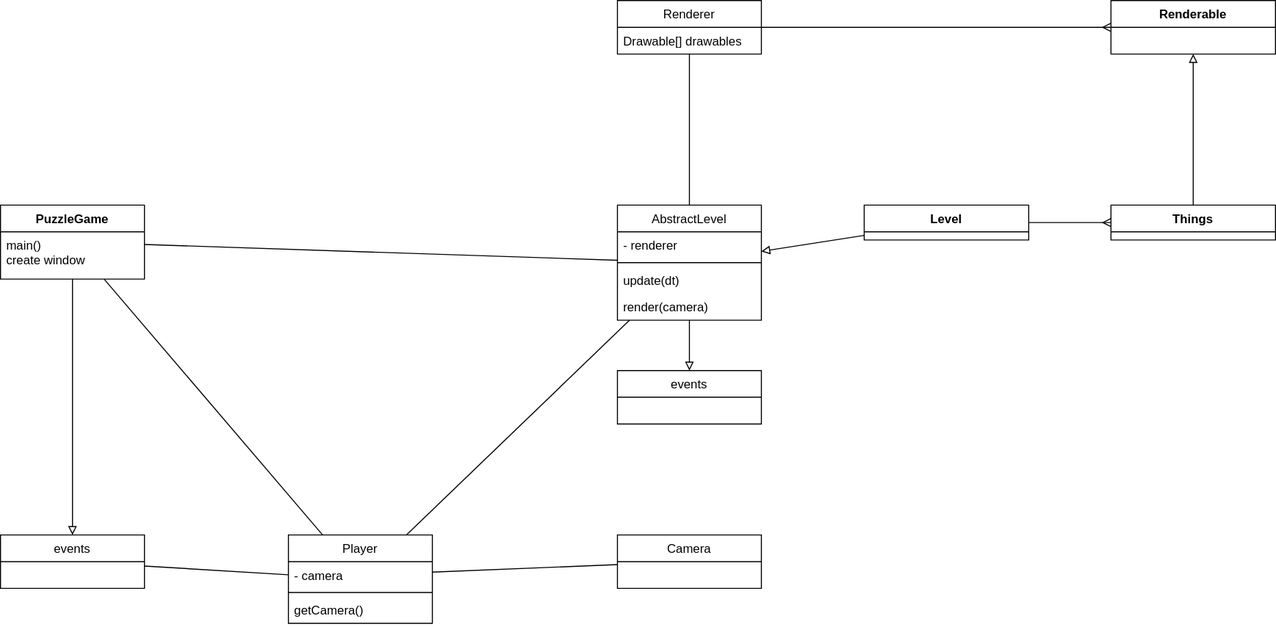
Above: doc/Program structure.drawio.svg in BenMens/ray-tracing-puzzle (draw.io), before the change. Source tidied: cells renumbered, new cells last; positions are measured from the earlier drawing's top-left corner, leaving out a move shared by most shapes.
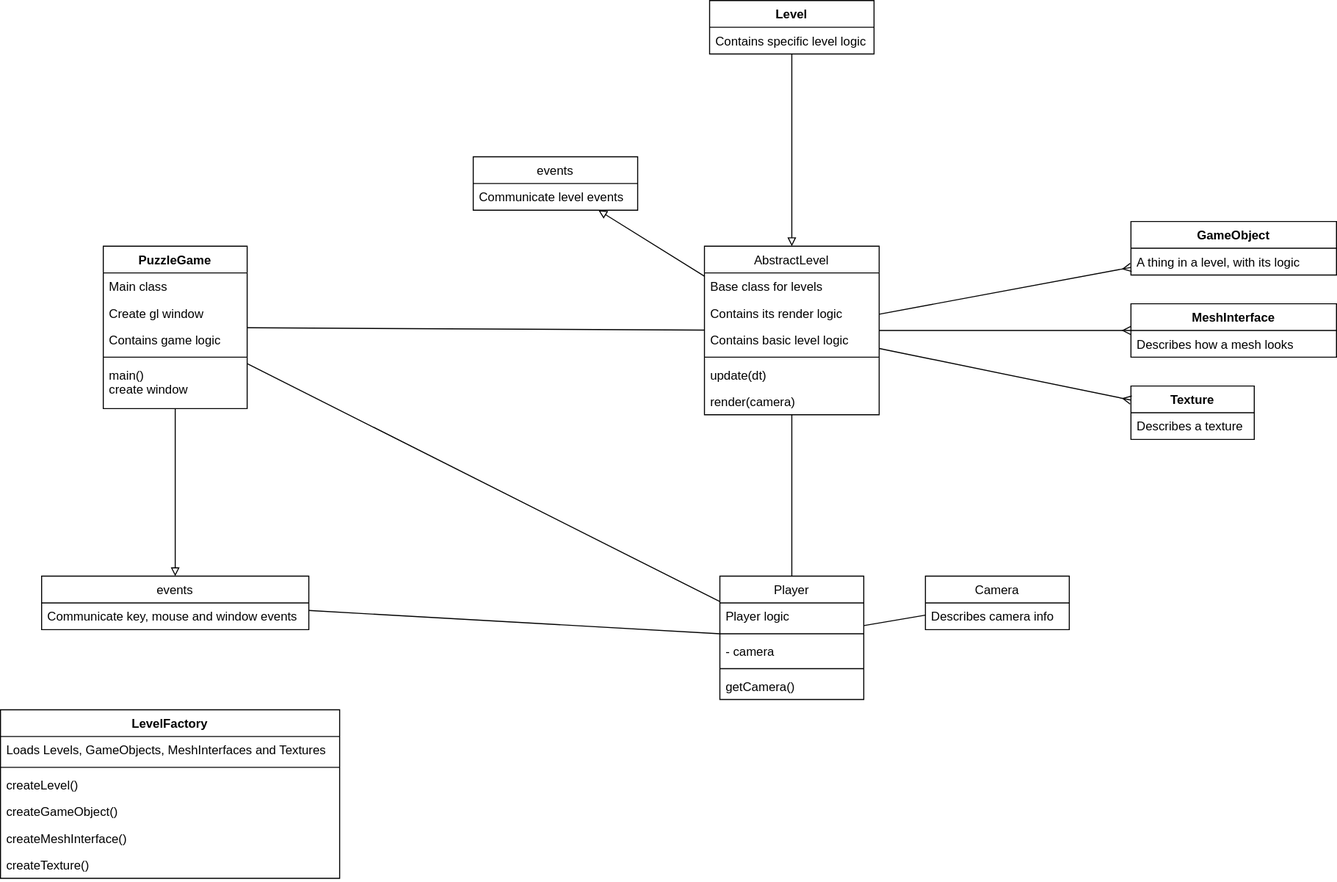
The same diagram one commit later.

Commit message:
Thought out the structure

Change to the diagram source:
```diff
@@ -2,98 +2,158 @@
   <root>
     <mxCell id="0" />
     <mxCell id="1" parent="0" />
-    <mxCell id="2" value="Renderer" style="swimlane;fontStyle=0;horizontal=1;startSize=26;fillColor=none;" parent="1" vertex="1">
-      <mxGeometry x="600" width="140" height="52" as="geometry" />
-    </mxCell>
-    <mxCell id="3" value="Drawable[] drawables" style="text;strokeColor=none;fillColor=none;align=left;verticalAlign=top;spacingLeft=4;spacingRight=4;overflow=hidden;" parent="2" vertex="1">
-      <mxGeometry y="26" width="140" height="26" as="geometry" />
-    </mxCell>
     <mxCell id="4" style="edgeStyle=none;html=1;endArrow=none;endFill=0;" parent="1" edge="1" source="7" target="17">
       <mxGeometry relative="1" as="geometry" />
     </mxCell>
-    <mxCell id="5" style="edgeStyle=none;html=1;endArrow=none;endFill=0;" parent="1" edge="1" source="7" target="25">
-      <mxGeometry relative="1" as="geometry" />
-    </mxCell>
     <mxCell id="6" style="edgeStyle=none;html=1;startArrow=block;startFill=0;endArrow=none;endFill=0;" parent="1" edge="1" source="32" target="7">
       <mxGeometry relative="1" as="geometry" />
     </mxCell>
     <mxCell id="7" value="PuzzleGame" style="swimlane;fontStyle=1;align=center;verticalAlign=top;horizontal=1;startSize=26;" parent="1" vertex="1">
-      <mxGeometry y="199" width="140" height="72" as="geometry" />
+      <mxGeometry y="199" width="140" height="158" as="geometry" />
     </mxCell>
+    <mxCell id="33" value="Main class" style="text;strokeColor=none;fillColor=none;align=left;verticalAlign=top;spacingLeft=4;spacingRight=4;overflow=hidden;" parent="7" vertex="1">
+      <mxGeometry y="26" width="140" height="26" as="geometry" />
+    </mxCell>
+    <mxCell id="34" value="Create gl window" style="text;strokeColor=none;fillColor=none;align=left;verticalAlign=top;spacingLeft=4;spacingRight=4;overflow=hidden;" parent="7" vertex="1">
+      <mxGeometry y="52" width="140" height="26" as="geometry" />
+    </mxCell>
+    <mxCell id="35" value="Contains game logic" style="text;strokeColor=none;fillColor=none;align=left;verticalAlign=top;spacingLeft=4;spacingRight=4;overflow=hidden;" parent="7" vertex="1">
+      <mxGeometry y="78" width="140" height="26" as="geometry" />
+    </mxCell>
+    <mxCell id="36" style="line;strokeWidth=1;fillColor=none;align=left;verticalAlign=middle;spacingTop=-1;spacingLeft=3;spacingRight=3;labelPosition=right;" parent="7" vertex="1">
+      <mxGeometry y="104" width="140" height="8" as="geometry" />
+    </mxCell>
     <mxCell id="8" value="main()&#10;    create window" style="text;strokeColor=none;fillColor=none;align=left;verticalAlign=top;spacingLeft=4;spacingRight=4;overflow=hidden;" parent="7" vertex="1">
-      <mxGeometry y="26" width="140" height="46" as="geometry" />
+      <mxGeometry y="112" width="140" height="46" as="geometry" />
     </mxCell>
-    <mxCell id="9" value="Renderable" style="swimlane;fontStyle=1;align=center;verticalAlign=top;horizontal=1;startSize=26;" parent="1" vertex="1">
-      <mxGeometry x="1080" width="160" height="52" as="geometry" />
-    </mxCell>
-    <mxCell id="10" style="edgeStyle=none;html=1;endArrow=ERmany;endFill=0;" parent="1" edge="1" source="2" target="9">
-      <mxGeometry relative="1" as="geometry" />
-    </mxCell>
     <mxCell id="11" value="Level" style="swimlane;fontStyle=1;align=center;verticalAlign=top;horizontal=1;startSize=26;" parent="1" vertex="1">
-      <mxGeometry x="840" y="199" width="160" height="34" as="geometry" />
+      <mxGeometry x="590" y="-40" width="160" height="52" as="geometry" />
     </mxCell>
-    <mxCell id="12" style="edgeStyle=none;html=1;endArrow=block;endFill=0;" parent="1" edge="1" source="13" target="9">
-      <mxGeometry relative="1" as="geometry" />
-    </mxCell>
+    <mxCell id="37" value="Contains specific level logic" style="text;strokeColor=none;fillColor=none;align=left;verticalAlign=top;spacingLeft=4;spacingRight=4;overflow=hidden;" parent="11" vertex="1">
+      <mxGeometry y="26" width="160" height="26" as="geometry" />
+    </mxCell>
-    <mxCell id="13" value="Things" style="swimlane;fontStyle=1;align=center;verticalAlign=top;horizontal=1;startSize=26;" parent="1" vertex="1">
-      <mxGeometry x="1080" y="199" width="160" height="34" as="geometry" />
+    <mxCell id="13" value="GameObject" style="swimlane;fontStyle=1;align=center;verticalAlign=top;horizontal=1;startSize=26;" parent="1" vertex="1">
+      <mxGeometry x="1000" y="175" width="200" height="52" as="geometry" />
     </mxCell>
+    <mxCell id="38" value="A thing in a level, with its logic" style="text;strokeColor=none;fillColor=none;align=left;verticalAlign=top;spacingLeft=4;spacingRight=4;overflow=hidden;" parent="13" vertex="1">
+      <mxGeometry y="26" width="200" height="26" as="geometry" />
+    </mxCell>
-    <mxCell id="14" style="edgeStyle=none;html=1;endArrow=ERmany;endFill=0;" parent="1" edge="1" source="11" target="13">
+    <mxCell id="14" style="edgeStyle=none;html=1;endArrow=ERmany;endFill=0;" parent="1" edge="1" source="25" target="13">
       <mxGeometry relative="1" as="geometry" />
     </mxCell>
-    <mxCell id="15" style="edgeStyle=none;html=1;endArrow=none;endFill=0;" parent="1" edge="1" source="18" target="21">
+    <mxCell id="15" style="edgeStyle=none;html=1;endArrow=none;endFill=0;" parent="1" edge="1" source="17" target="21">
       <mxGeometry relative="1" as="geometry" />
     </mxCell>
-    <mxCell id="16" style="edgeStyle=none;html=1;startArrow=none;startFill=0;endArrow=none;endFill=0;" parent="1" edge="1" source="17" target="25">
-      <mxGeometry relative="1" as="geometry" />
-    </mxCell>
     <mxCell id="17" value="Player" style="swimlane;fontStyle=0;horizontal=1;startSize=26;fillColor=none;" parent="1" vertex="1">
-      <mxGeometry x="280" y="520" width="140" height="86" as="geometry" />
+      <mxGeometry x="600" y="520" width="140" height="120" as="geometry" />
     </mxCell>
+    <mxCell id="39" value="Player logic" style="text;strokeColor=none;fillColor=none;align=left;verticalAlign=top;spacingLeft=4;spacingRight=4;overflow=hidden;" parent="17" vertex="1">
+      <mxGeometry y="26" width="140" height="26" as="geometry" />
+    </mxCell>
+    <mxCell id="27" style="line;strokeWidth=1;fillColor=none;align=left;verticalAlign=middle;spacingTop=-1;spacingLeft=3;spacingRight=3;labelPosition=right;" parent="17" vertex="1">
+      <mxGeometry y="52" width="140" height="8" as="geometry" />
+    </mxCell>
     <mxCell id="18" value="- camera" style="text;strokeColor=none;fillColor=none;align=left;verticalAlign=top;spacingLeft=4;spacingRight=4;overflow=hidden;points=[[0,0.5],[1,0.5]];portConstraint=eastwest;" parent="17" vertex="1">
-      <mxGeometry y="26" width="140" height="26" as="geometry" />
+      <mxGeometry y="60" width="140" height="26" as="geometry" />
     </mxCell>
     <mxCell id="19" style="line;strokeWidth=1;fillColor=none;align=left;verticalAlign=middle;spacingTop=-1;spacingLeft=3;spacingRight=3;labelPosition=right;" parent="17" vertex="1">
-      <mxGeometry y="52" width="140" height="8" as="geometry" />
+      <mxGeometry y="86" width="140" height="8" as="geometry" />
     </mxCell>
     <mxCell id="20" value="getCamera()" style="text;strokeColor=none;fillColor=none;align=left;verticalAlign=top;spacingLeft=4;spacingRight=4;overflow=hidden;" parent="17" vertex="1">
-      <mxGeometry y="60" width="140" height="26" as="geometry" />
+      <mxGeometry y="94" width="140" height="26" as="geometry" />
     </mxCell>
     <mxCell id="21" value="Camera" style="swimlane;fontStyle=0;horizontal=1;startSize=26;fillColor=none;" parent="1" vertex="1">
-      <mxGeometry x="600" y="520" width="140" height="52" as="geometry" />
+      <mxGeometry x="800" y="520" width="140" height="52" as="geometry" />
     </mxCell>
+    <mxCell id="40" value="Describes camera info" style="text;strokeColor=none;fillColor=none;align=left;verticalAlign=top;spacingLeft=4;spacingRight=4;overflow=hidden;" parent="21" vertex="1">
+      <mxGeometry y="26" width="140" height="26" as="geometry" />
+    </mxCell>
     <mxCell id="22" style="edgeStyle=none;html=1;endArrow=none;endFill=0;startArrow=block;startFill=0;" parent="1" edge="1" source="25" target="11">
       <mxGeometry relative="1" as="geometry" />
     </mxCell>
-    <mxCell id="23" style="edgeStyle=none;html=1;endArrow=none;endFill=0;" parent="1" edge="1" source="25" target="2">
-      <mxGeometry relative="1" as="geometry" />
-    </mxCell>
     <mxCell id="24" style="edgeStyle=none;html=1;endArrow=block;endFill=0;startArrow=none;startFill=0;" parent="1" edge="1" source="25" target="30">
       <mxGeometry relative="1" as="geometry" />
     </mxCell>
     <mxCell id="25" value="AbstractLevel" style="swimlane;fontStyle=0;horizontal=1;startSize=26;fillColor=none;" parent="1" vertex="1">
-      <mxGeometry x="600" y="199" width="140" height="112" as="geometry" />
+      <mxGeometry x="585" y="199" width="170" height="164" as="geometry" />
     </mxCell>
-    <mxCell id="26" value="- renderer" style="text;strokeColor=none;fillColor=none;align=left;verticalAlign=top;spacingLeft=4;spacingRight=4;overflow=hidden;" parent="25" vertex="1">
-      <mxGeometry y="26" width="140" height="26" as="geometry" />
-    </mxCell>
-    <mxCell id="27" style="line;strokeWidth=1;fillColor=none;align=left;verticalAlign=middle;spacingTop=-1;spacingLeft=3;spacingRight=3;labelPosition=right;" parent="25" vertex="1">
-      <mxGeometry y="52" width="140" height="8" as="geometry" />
-    </mxCell>
+    <mxCell id="41" value="Base class for levels" style="text;strokeColor=none;fillColor=none;align=left;verticalAlign=top;spacingLeft=4;spacingRight=4;overflow=hidden;" parent="25" vertex="1">
+      <mxGeometry y="26" width="170" height="26" as="geometry" />
+    </mxCell>
+    <mxCell id="42" value="Contains its render logic" style="text;strokeColor=none;fillColor=none;align=left;verticalAlign=top;spacingLeft=4;spacingRight=4;overflow=hidden;" parent="25" vertex="1">
+      <mxGeometry y="52" width="170" height="26" as="geometry" />
+    </mxCell>
+    <mxCell id="43" value="Contains basic level logic" style="text;strokeColor=none;fillColor=none;align=left;verticalAlign=top;spacingLeft=4;spacingRight=4;overflow=hidden;" parent="25" vertex="1">
+      <mxGeometry y="78" width="170" height="26" as="geometry" />
+    </mxCell>
+    <mxCell id="44" style="line;strokeWidth=1;fillColor=none;align=left;verticalAlign=middle;spacingTop=-1;spacingLeft=3;spacingRight=3;labelPosition=right;" parent="25" vertex="1">
+      <mxGeometry y="104" width="170" height="8" as="geometry" />
+    </mxCell>
     <mxCell id="28" value="update(dt)" style="text;strokeColor=none;fillColor=none;align=left;verticalAlign=top;spacingLeft=4;spacingRight=4;overflow=hidden;" parent="25" vertex="1">
-      <mxGeometry y="60" width="140" height="26" as="geometry" />
+      <mxGeometry y="112" width="170" height="26" as="geometry" />
     </mxCell>
     <mxCell id="29" value="render(camera)" style="text;strokeColor=none;fillColor=none;align=left;verticalAlign=top;spacingLeft=4;spacingRight=4;overflow=hidden;" parent="25" vertex="1">
-      <mxGeometry y="86" width="140" height="26" as="geometry" />
+      <mxGeometry y="138" width="170" height="26" as="geometry" />
     </mxCell>
     <mxCell id="30" value="events" style="swimlane;fontStyle=0;horizontal=1;startSize=26;fillColor=none;" parent="1" vertex="1">
-      <mxGeometry x="600" y="360" width="140" height="52" as="geometry" />
+      <mxGeometry x="360" y="112" width="160" height="52" as="geometry" />
     </mxCell>
+    <mxCell id="45" value="Communicate level events" style="text;strokeColor=none;fillColor=none;align=left;verticalAlign=top;spacingLeft=4;spacingRight=4;overflow=hidden;" parent="30" vertex="1">
+      <mxGeometry y="26" width="160" height="26" as="geometry" />
+    </mxCell>
     <mxCell id="31" style="edgeStyle=none;html=1;startArrow=none;startFill=0;endArrow=none;endFill=0;" parent="1" edge="1" source="32" target="17">
       <mxGeometry relative="1" as="geometry" />
     </mxCell>
     <mxCell id="32" value="events" style="swimlane;fontStyle=0;horizontal=1;startSize=26;fillColor=none;" parent="1" vertex="1">
-      <mxGeometry y="520" width="140" height="52" as="geometry" />
+      <mxGeometry x="-60" y="520" width="260" height="52" as="geometry" />
     </mxCell>
+    <mxCell id="46" value="Communicate key, mouse and window events" style="text;strokeColor=none;fillColor=none;align=left;verticalAlign=top;spacingLeft=4;spacingRight=4;overflow=hidden;" parent="32" vertex="1">
+      <mxGeometry y="26" width="260" height="26" as="geometry" />
+    </mxCell>
+    <mxCell id="47" value="LevelFactory" style="swimlane;fontStyle=1;align=center;verticalAlign=top;horizontal=1;startSize=26;" parent="1" vertex="1">
+      <mxGeometry x="-100" y="650" width="330" height="164" as="geometry" />
+    </mxCell>
+    <mxCell id="48" value="Loads Levels, GameObjects, MeshInterfaces and Textures" style="text;strokeColor=none;fillColor=none;align=left;verticalAlign=top;spacingLeft=4;spacingRight=4;overflow=hidden;" parent="47" vertex="1">
+      <mxGeometry y="26" width="330" height="26" as="geometry" />
+    </mxCell>
+    <mxCell id="49" style="line;strokeWidth=1;fillColor=none;align=left;verticalAlign=middle;spacingTop=-1;spacingLeft=3;spacingRight=3;labelPosition=right;" parent="47" vertex="1">
+      <mxGeometry y="52" width="330" height="8" as="geometry" />
+    </mxCell>
+    <mxCell id="50" value="createLevel()" style="text;strokeColor=none;fillColor=none;align=left;verticalAlign=top;spacingLeft=4;spacingRight=4;overflow=hidden;" parent="47" vertex="1">
+      <mxGeometry y="60" width="330" height="26" as="geometry" />
+    </mxCell>
+    <mxCell id="51" value="createGameObject()" style="text;strokeColor=none;fillColor=none;align=left;verticalAlign=top;spacingLeft=4;spacingRight=4;overflow=hidden;" parent="47" vertex="1">
+      <mxGeometry y="86" width="330" height="26" as="geometry" />
+    </mxCell>
+    <mxCell id="52" value="createMeshInterface()" style="text;strokeColor=none;fillColor=none;align=left;verticalAlign=top;spacingLeft=4;spacingRight=4;overflow=hidden;" parent="47" vertex="1">
+      <mxGeometry y="112" width="330" height="26" as="geometry" />
+    </mxCell>
+    <mxCell id="53" value="createTexture()" style="text;strokeColor=none;fillColor=none;align=left;verticalAlign=top;spacingLeft=4;spacingRight=4;overflow=hidden;" parent="47" vertex="1">
+      <mxGeometry y="138" width="330" height="26" as="geometry" />
+    </mxCell>
+    <mxCell id="5" style="edgeStyle=none;html=1;endArrow=none;endFill=0;" parent="1" edge="1" source="7" target="25">
+      <mxGeometry relative="1" as="geometry" />
+    </mxCell>
+    <mxCell id="16" style="edgeStyle=none;html=1;endArrow=none;endFill=0;" parent="1" edge="1" source="17" target="25">
+      <mxGeometry relative="1" as="geometry" />
+    </mxCell>
+    <mxCell id="54" value="Texture" style="swimlane;fontStyle=1;align=center;verticalAlign=top;horizontal=1;startSize=26;" parent="1" vertex="1">
+      <mxGeometry x="1000" y="335" width="120" height="52" as="geometry" />
+    </mxCell>
+    <mxCell id="55" value="Describes a texture" style="text;strokeColor=none;fillColor=none;align=left;verticalAlign=top;spacingLeft=4;spacingRight=4;overflow=hidden;" parent="54" vertex="1">
+      <mxGeometry y="26" width="120" height="26" as="geometry" />
+    </mxCell>
+    <mxCell id="56" value="MeshInterface" style="swimlane;fontStyle=1;align=center;verticalAlign=top;horizontal=1;startSize=26;" parent="1" vertex="1">
+      <mxGeometry x="1000" y="255" width="200" height="52" as="geometry" />
+    </mxCell>
+    <mxCell id="57" value="Describes how a mesh looks" style="text;strokeColor=none;fillColor=none;align=left;verticalAlign=top;spacingLeft=4;spacingRight=4;overflow=hidden;" parent="56" vertex="1">
+      <mxGeometry y="26" width="200" height="26" as="geometry" />
+    </mxCell>
+    <mxCell id="58" style="edgeStyle=none;html=1;endArrow=ERmany;endFill=0;" parent="1" edge="1" source="25" target="54">
+      <mxGeometry relative="1" as="geometry" />
+    </mxCell>
+    <mxCell id="59" style="edgeStyle=none;html=1;endArrow=ERmany;endFill=0;" parent="1" edge="1" source="25" target="56">
+      <mxGeometry relative="1" as="geometry" />
+    </mxCell>
   </root>
 </mxGraphModel>
```
